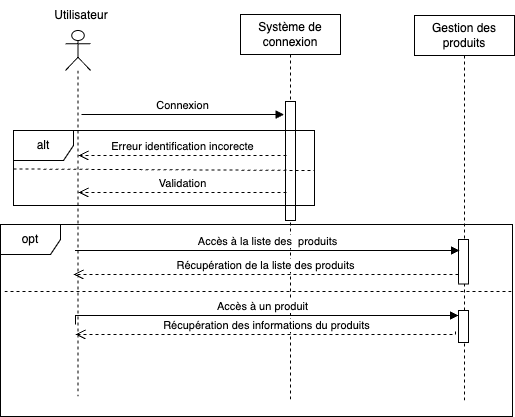
Earlier version of the draw.io export diagrammes/sequence_produits.png (Arkistos/OC-PHP-P7). Source tidied: cells renumbered, new cells last; positions are measured from the earlier drawing's top-left corner, leaving out a move shared by most shapes. The source it was exported from:
```xml
<mxGraphModel>
  <root>
    <mxCell id="0" />
    <mxCell id="1" parent="0" />
    <mxCell id="2" style="shape=umlLifeline;perimeter=lifelinePerimeter;whiteSpace=wrap;html=1;newEdgeStyle={&quot;edgeStyle&quot;:&quot;elbowEdgeStyle&quot;,&quot;elbow&quot;:&quot;vertical&quot;,&quot;curved&quot;:0,&quot;rounded&quot;:0};participant=umlActor;" parent="1" vertex="1">
      <mxGeometry x="65" y="30" width="25" height="366" as="geometry" />
    </mxCell>
    <mxCell id="3" value="Système de connexion" style="shape=umlLifeline;perimeter=lifelinePerimeter;whiteSpace=wrap;html=1;newEdgeStyle={&quot;edgeStyle&quot;:&quot;elbowEdgeStyle&quot;,&quot;elbow&quot;:&quot;vertical&quot;,&quot;curved&quot;:0,&quot;rounded&quot;:0};" parent="1" vertex="1">
      <mxGeometry x="240" y="14" width="100" height="388" as="geometry" />
    </mxCell>
    <mxCell id="4" style="html=1;perimeter=orthogonalPerimeter;targetShapes=umlLifeline;newEdgeStyle={&quot;edgeStyle&quot;:&quot;elbowEdgeStyle&quot;,&quot;elbow&quot;:&quot;vertical&quot;,&quot;curved&quot;:0,&quot;rounded&quot;:0};" parent="3" vertex="1">
      <mxGeometry x="45" y="87" width="10" height="119" as="geometry" />
    </mxCell>
    <mxCell id="5" value="Gestion des produits" style="shape=umlLifeline;perimeter=lifelinePerimeter;whiteSpace=wrap;html=1;newEdgeStyle={&quot;edgeStyle&quot;:&quot;elbowEdgeStyle&quot;,&quot;elbow&quot;:&quot;vertical&quot;,&quot;curved&quot;:0,&quot;rounded&quot;:0};" parent="1" vertex="1">
      <mxGeometry x="414" y="15" width="100" height="386" as="geometry" />
    </mxCell>
    <mxCell id="6" style="html=1;points=[];perimeter=orthogonalPerimeter;outlineConnect=0;targetShapes=umlLifeline;portConstraint=eastwest;newEdgeStyle={&quot;edgeStyle&quot;:&quot;elbowEdgeStyle&quot;,&quot;elbow&quot;:&quot;vertical&quot;,&quot;curved&quot;:0,&quot;rounded&quot;:0};" parent="5" vertex="1">
      <mxGeometry x="44" y="295" width="10" height="32" as="geometry" />
    </mxCell>
    <mxCell id="7" style="html=1;points=[];perimeter=orthogonalPerimeter;outlineConnect=0;targetShapes=umlLifeline;portConstraint=eastwest;newEdgeStyle={&quot;edgeStyle&quot;:&quot;elbowEdgeStyle&quot;,&quot;elbow&quot;:&quot;vertical&quot;,&quot;curved&quot;:0,&quot;rounded&quot;:0};" parent="5" vertex="1">
      <mxGeometry x="44" y="224" width="10" height="44.5" as="geometry" />
    </mxCell>
    <mxCell id="8" value="Utilisateur" style="text;html=1;strokeColor=none;fillColor=none;align=center;verticalAlign=middle;whiteSpace=wrap;rounded=0;" parent="1" vertex="1">
      <mxGeometry x="51" width="60" height="30" as="geometry" />
    </mxCell>
    <mxCell id="9" value="Accès à la liste des&amp;nbsp; produits" style="html=1;verticalAlign=bottom;endArrow=block;edgeStyle=elbowEdgeStyle;elbow=vertical;curved=0;rounded=0;" parent="1" edge="1">
      <mxGeometry relative="1" as="geometry">
        <mxPoint x="74.6" y="250" as="sourcePoint" />
        <mxPoint x="459" y="250" as="targetPoint" />
        <Array as="points">
          <mxPoint x="344" y="250" />
          <mxPoint x="467" y="218.5" />
          <mxPoint x="485" y="155.5" />
        </Array>
      </mxGeometry>
    </mxCell>
    <mxCell id="10" value="Accès à un produit" style="html=1;verticalAlign=bottom;endArrow=block;edgeStyle=elbowEdgeStyle;elbow=vertical;curved=0;rounded=0;" parent="1" edge="1" target="6">
      <mxGeometry relative="1" as="geometry">
        <mxPoint x="75" y="324" as="sourcePoint" />
        <Array as="points">
          <mxPoint x="419" y="315" />
          <mxPoint x="235" y="324" />
          <mxPoint x="648" y="291.5" />
          <mxPoint x="666" y="228.5" />
        </Array>
      </mxGeometry>
    </mxCell>
    <mxCell id="11" value="Validation" style="html=1;verticalAlign=bottom;endArrow=open;dashed=1;endSize=8;edgeStyle=elbowEdgeStyle;elbow=vertical;curved=0;rounded=0;" parent="1" edge="1">
      <mxGeometry relative="1" as="geometry">
        <mxPoint x="286" y="192" as="sourcePoint" />
        <mxPoint x="78" y="192" as="targetPoint" />
        <Array as="points">
          <mxPoint x="205" y="192" />
          <mxPoint x="250" y="153" />
          <mxPoint x="225" y="138" />
          <mxPoint x="240" y="159" />
          <mxPoint x="270" y="113" />
          <mxPoint x="223" y="135" />
        </Array>
      </mxGeometry>
    </mxCell>
    <mxCell id="12" value="alt" style="shape=umlFrame;whiteSpace=wrap;html=1;" parent="1" vertex="1">
      <mxGeometry x="13" y="130" width="301" height="75" as="geometry" />
    </mxCell>
    <mxCell id="13" style="endArrow=none;dashed=1;html=1;rounded=0;exitX=0;exitY=0.513;exitDx=0;exitDy=0;exitPerimeter=0;" parent="1" edge="1" source="12">
      <mxGeometry relative="1" as="geometry">
        <mxPoint x="314" y="170" as="targetPoint" />
      </mxGeometry>
    </mxCell>
    <mxCell id="14" value="Erreur identification incorecte" style="html=1;verticalAlign=bottom;endArrow=open;dashed=1;endSize=8;edgeStyle=elbowEdgeStyle;elbow=vertical;curved=0;rounded=0;" parent="1" edge="1">
      <mxGeometry relative="1" as="geometry">
        <mxPoint x="286" y="155" as="sourcePoint" />
        <mxPoint x="78" y="155" as="targetPoint" />
        <Array as="points">
          <mxPoint x="205" y="155" />
          <mxPoint x="250" y="116" />
          <mxPoint x="225" y="101" />
          <mxPoint x="240" y="122" />
          <mxPoint x="270" y="76" />
          <mxPoint x="223" y="98" />
        </Array>
      </mxGeometry>
    </mxCell>
    <mxCell id="15" value="Connexion" style="html=1;verticalAlign=bottom;endArrow=block;edgeStyle=elbowEdgeStyle;elbow=vertical;curved=0;rounded=0;" parent="1" edge="1">
      <mxGeometry relative="1" as="geometry">
        <mxPoint x="81" y="114" as="sourcePoint" />
        <mxPoint x="283.5" y="114" as="targetPoint" />
        <Array as="points">
          <mxPoint x="223.5" y="114" />
        </Array>
      </mxGeometry>
    </mxCell>
    <mxCell id="16" value="Récupération des informations du produits" style="html=1;verticalAlign=bottom;endArrow=open;dashed=1;endSize=8;edgeStyle=elbowEdgeStyle;elbow=vertical;curved=0;rounded=0;" parent="1" edge="1">
      <mxGeometry relative="1" as="geometry">
        <mxPoint x="455" y="331" as="sourcePoint" />
        <mxPoint x="75" y="334" as="targetPoint" />
        <Array as="points">
          <mxPoint x="484" y="334" />
          <mxPoint x="428" y="301" />
          <mxPoint x="110" y="327" />
        </Array>
      </mxGeometry>
    </mxCell>
    <mxCell id="17" value="Récupération de la liste des produits" style="html=1;verticalAlign=bottom;endArrow=open;dashed=1;endSize=8;edgeStyle=elbowEdgeStyle;elbow=vertical;curved=0;rounded=0;" parent="1" edge="1" source="7">
      <mxGeometry relative="1" as="geometry">
        <mxPoint x="73" y="274" as="targetPoint" />
        <Array as="points">
          <mxPoint x="453" y="274" />
          <mxPoint x="426" y="267" />
          <mxPoint x="108" y="293" />
        </Array>
      </mxGeometry>
    </mxCell>
    <mxCell id="18" value="opt" style="shape=umlFrame;whiteSpace=wrap;html=1;" parent="1" vertex="1">
      <mxGeometry y="224" width="512" height="192" as="geometry" />
    </mxCell>
    <mxCell id="19" style="endArrow=none;dashed=1;html=1;rounded=0;exitX=0;exitY=0.513;exitDx=0;exitDy=0;exitPerimeter=0;" parent="1" edge="1">
      <mxGeometry relative="1" as="geometry">
        <mxPoint x="4" y="291" as="sourcePoint" />
        <mxPoint x="513" y="291" as="targetPoint" />
      </mxGeometry>
    </mxCell>
  </root>
</mxGraphModel>
```
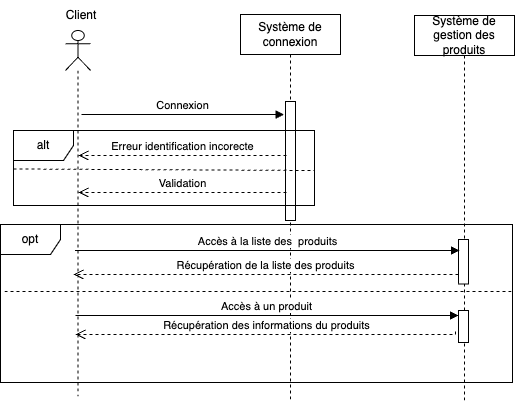
After the change.

Change to the diagram source:
```diff
@@ -11,7 +11,7 @@
     <mxCell id="4" style="html=1;perimeter=orthogonalPerimeter;targetShapes=umlLifeline;newEdgeStyle={&quot;edgeStyle&quot;:&quot;elbowEdgeStyle&quot;,&quot;elbow&quot;:&quot;vertical&quot;,&quot;curved&quot;:0,&quot;rounded&quot;:0};" parent="3" vertex="1">
       <mxGeometry x="45" y="87" width="10" height="119" as="geometry" />
     </mxCell>
-    <mxCell id="5" value="Gestion des produits" style="shape=umlLifeline;perimeter=lifelinePerimeter;whiteSpace=wrap;html=1;newEdgeStyle={&quot;edgeStyle&quot;:&quot;elbowEdgeStyle&quot;,&quot;elbow&quot;:&quot;vertical&quot;,&quot;curved&quot;:0,&quot;rounded&quot;:0};" parent="1" vertex="1">
+    <mxCell id="5" value="Système de gestion des produits" style="shape=umlLifeline;perimeter=lifelinePerimeter;whiteSpace=wrap;html=1;newEdgeStyle={&quot;edgeStyle&quot;:&quot;elbowEdgeStyle&quot;,&quot;elbow&quot;:&quot;vertical&quot;,&quot;curved&quot;:0,&quot;rounded&quot;:0};" parent="1" vertex="1">
       <mxGeometry x="414" y="15" width="100" height="386" as="geometry" />
     </mxCell>
     <mxCell id="6" style="html=1;points=[];perimeter=orthogonalPerimeter;outlineConnect=0;targetShapes=umlLifeline;portConstraint=eastwest;newEdgeStyle={&quot;edgeStyle&quot;:&quot;elbowEdgeStyle&quot;,&quot;elbow&quot;:&quot;vertical&quot;,&quot;curved&quot;:0,&quot;rounded&quot;:0};" parent="5" vertex="1">
@@ -20,7 +20,7 @@
     <mxCell id="7" style="html=1;points=[];perimeter=orthogonalPerimeter;outlineConnect=0;targetShapes=umlLifeline;portConstraint=eastwest;newEdgeStyle={&quot;edgeStyle&quot;:&quot;elbowEdgeStyle&quot;,&quot;elbow&quot;:&quot;vertical&quot;,&quot;curved&quot;:0,&quot;rounded&quot;:0};" parent="5" vertex="1">
       <mxGeometry x="44" y="224" width="10" height="44.5" as="geometry" />
     </mxCell>
-    <mxCell id="8" value="Utilisateur" style="text;html=1;strokeColor=none;fillColor=none;align=center;verticalAlign=middle;whiteSpace=wrap;rounded=0;" parent="1" vertex="1">
+    <mxCell id="8" value="Client" style="text;html=1;strokeColor=none;fillColor=none;align=center;verticalAlign=middle;whiteSpace=wrap;rounded=0;" parent="1" vertex="1">
       <mxGeometry x="51" width="60" height="30" as="geometry" />
     </mxCell>
     <mxCell id="9" value="Accès à la liste des&amp;nbsp; produits" style="html=1;verticalAlign=bottom;endArrow=block;edgeStyle=elbowEdgeStyle;elbow=vertical;curved=0;rounded=0;" parent="1" edge="1">
@@ -36,7 +36,7 @@
     </mxCell>
     <mxCell id="10" value="Accès à un produit" style="html=1;verticalAlign=bottom;endArrow=block;edgeStyle=elbowEdgeStyle;elbow=vertical;curved=0;rounded=0;" parent="1" edge="1" target="6">
       <mxGeometry relative="1" as="geometry">
-        <mxPoint x="75" y="324" as="sourcePoint" />
+        <mxPoint x="75" y="315" as="sourcePoint" />
         <Array as="points">
           <mxPoint x="419" y="315" />
           <mxPoint x="235" y="324" />
@@ -112,7 +112,7 @@
       </mxGeometry>
     </mxCell>
     <mxCell id="18" value="opt" style="shape=umlFrame;whiteSpace=wrap;html=1;" parent="1" vertex="1">
-      <mxGeometry y="224" width="512" height="192" as="geometry" />
+      <mxGeometry y="224" width="512" height="158" as="geometry" />
     </mxCell>
     <mxCell id="19" style="endArrow=none;dashed=1;html=1;rounded=0;exitX=0;exitY=0.513;exitDx=0;exitDy=0;exitPerimeter=0;" parent="1" edge="1">
       <mxGeometry relative="1" as="geometry">
```
